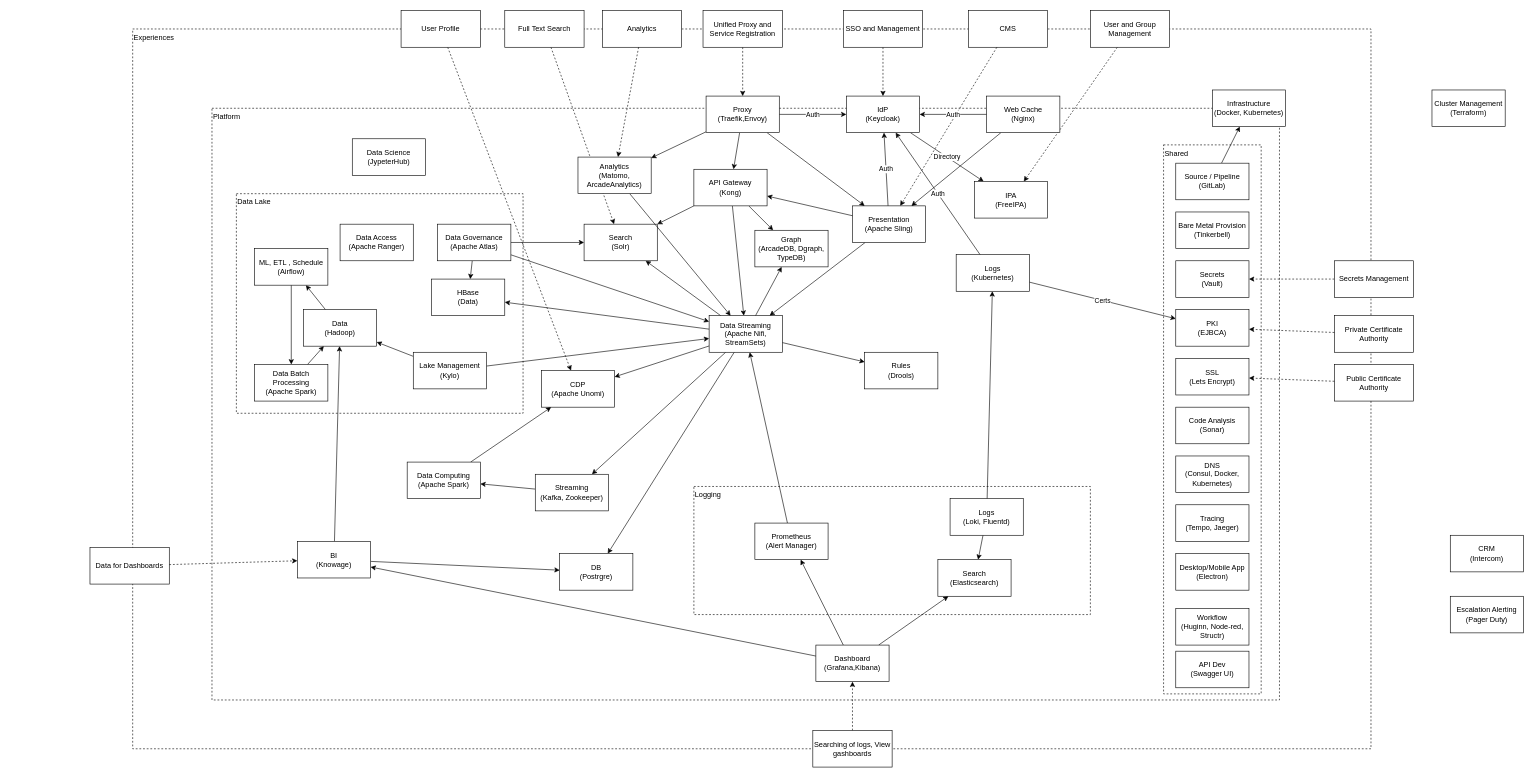
The draw.io diagram page "Services" (1 of 2) of gxp/diagrams/GXP-Architecture.drawio in governance-foundation/governance.foundation, before the edit. Source tidied: cells renumbered, new cells numbered last; positions are measured from the earlier drawing's top-left corner, leaving out a move shared by most shapes. Both pictures are drawn from the tidied source at 61%, with x=0, y=0 at pixel (90, 10).
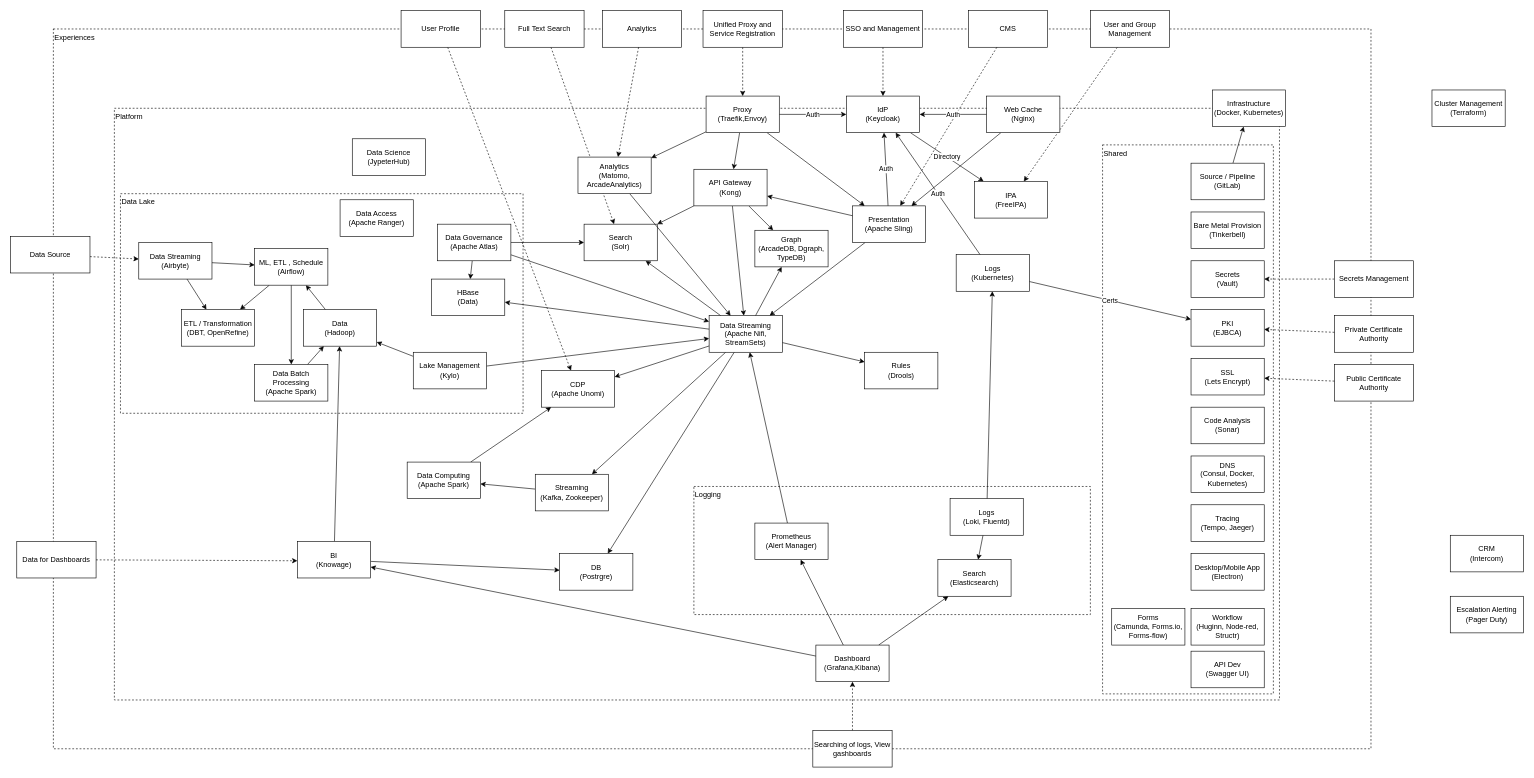
Above is the later version.

The change refers to these unchanged cells:
```xml
<mxCell id="102" value="ML, ETL , Schedule&lt;br&gt;(Airflow)" style="rounded=0;whiteSpace=wrap;html=1;" parent="25" vertex="1">
  <mxGeometry x="270" y="390" width="120" height="60" as="geometry" />
</mxCell>
```

Change to the diagram source:
```diff
@@
     <mxCell id="2" value="Experiences" style="rounded=0;whiteSpace=wrap;html=1;fillColor=none;dashed=1;align=left;verticalAlign=top;" parent="1" vertex="1">
-      <mxGeometry x="70" y="30" width="2030" height="1180" as="geometry" />
+      <mxGeometry x="-60" y="30" width="2160" height="1180" as="geometry" />
     </mxCell>
@@
     <mxCell id="23" value="Data for Dashboards" style="rounded=0;whiteSpace=wrap;html=1;" parent="1" vertex="1">
-      <mxGeometry y="880" width="130" height="60" as="geometry" />
+      <mxGeometry x="-120" y="870" width="130" height="60" as="geometry" />
     </mxCell>
-    <mxCell id="24" style="edgeStyle=none;rounded=0;orthogonalLoop=1;jettySize=auto;html=1;dashed=1;" parent="1" edge="1">
+    <mxCell id="24" style="edgeStyle=none;rounded=0;jettySize=auto;html=1;dashed=1;" parent="1" edge="1" source="23">
       <mxGeometry relative="1" as="geometry">
-        <mxPoint x="130" y="908.1" as="sourcePoint" />
         <mxPoint x="340" y="901.8" as="targetPoint" />
       </mxGeometry>
     </mxCell>
+    <mxCell id="118" style="rounded=0;jettySize=auto;html=1;" parent="1" edge="1" source="102" target="124">
+      <mxGeometry relative="1" as="geometry" />
+    </mxCell>
+    <mxCell id="119" style="edgeStyle=none;rounded=0;jettySize=auto;html=1;dashed=1;" parent="1" edge="1" source="120" target="125">
+      <mxGeometry relative="1" as="geometry" />
+    </mxCell>
+    <mxCell id="120" value="Data Source" style="rounded=0;whiteSpace=wrap;html=1;" parent="1" vertex="1">
+      <mxGeometry x="-130" y="370" width="130" height="60" as="geometry" />
+    </mxCell>
+    <mxCell id="121" style="edgeStyle=none;rounded=0;jettySize=auto;html=1;" parent="1" edge="1" source="125" target="102">
+      <mxGeometry relative="1" as="geometry" />
+    </mxCell>
+    <mxCell id="122" style="edgeStyle=none;rounded=0;jettySize=auto;html=1;" parent="1" edge="1" source="125" target="124">
+      <mxGeometry relative="1" as="geometry" />
+    </mxCell>
@@
     <mxCell id="26" value="Platform" style="rounded=0;whiteSpace=wrap;html=1;fillColor=none;dashed=1;align=left;verticalAlign=top;" parent="25" vertex="1">
-      <mxGeometry x="200" y="160" width="1750" height="970" as="geometry" />
+      <mxGeometry x="40" y="160" width="1910" height="970" as="geometry" />
     </mxCell>
     <mxCell id="27" value="Shared" style="rounded=0;whiteSpace=wrap;html=1;fillColor=none;dashed=1;verticalAlign=top;align=left;" parent="25" vertex="1">
-      <mxGeometry x="1760" y="220" width="160" height="900" as="geometry" />
+      <mxGeometry x="1660" y="220" width="280" height="900" as="geometry" />
     </mxCell>
@@
     <mxCell id="29" value="Data Lake" style="rounded=0;whiteSpace=wrap;html=1;fillColor=none;dashed=1;verticalAlign=top;align=left;" parent="25" vertex="1">
-      <mxGeometry x="240" y="300" width="470" height="360" as="geometry" />
+      <mxGeometry x="50" y="300" width="660" height="360" as="geometry" />
     </mxCell>
@@
     <mxCell id="78" value="&lt;div&gt;PKI&lt;/div&gt;&lt;div&gt;(EJBCA)&lt;/div&gt;" style="rounded=0;whiteSpace=wrap;html=1;" parent="25" vertex="1">
-      <mxGeometry x="1780" y="490" width="120" height="60" as="geometry" />
+      <mxGeometry x="1805" y="490" width="120" height="60" as="geometry" />
     </mxCell>
@@
     <mxCell id="90" value="&lt;div&gt;DNS&lt;/div&gt;&lt;div&gt;(Consul, Docker, Kubernetes)&lt;/div&gt;" style="rounded=0;whiteSpace=wrap;html=1;" parent="25" vertex="1">
-      <mxGeometry x="1780" y="730" width="120" height="60" as="geometry" />
+      <mxGeometry x="1805" y="730" width="120" height="60" as="geometry" />
     </mxCell>
@@
     <mxCell id="92" value="&lt;div&gt;Data Access&lt;/div&gt;&lt;div&gt;(Apache Ranger)&lt;/div&gt;" style="rounded=0;whiteSpace=wrap;html=1;" parent="25" vertex="1">
-      <mxGeometry x="410" y="350" width="120" height="60" as="geometry" />
+      <mxGeometry x="410" y="310" width="120" height="60" as="geometry" />
     </mxCell>
@@
     <mxCell id="94" value="&lt;div&gt;Source / Pipeline&lt;br&gt;&lt;/div&gt;&lt;div&gt;(GitLab)&lt;/div&gt;" style="rounded=0;whiteSpace=wrap;html=1;" parent="25" vertex="1">
-      <mxGeometry x="1780" y="250" width="120" height="60" as="geometry" />
+      <mxGeometry x="1805" y="250" width="120" height="60" as="geometry" />
     </mxCell>
@@
     <mxCell id="96" value="&lt;div&gt;Bare Metal Provision&lt;/div&gt;&lt;div&gt;(Tinkerbell)&lt;/div&gt;" style="rounded=0;whiteSpace=wrap;html=1;" parent="25" vertex="1">
-      <mxGeometry x="1780" y="330" width="120" height="60" as="geometry" />
+      <mxGeometry x="1805" y="330" width="120" height="60" as="geometry" />
     </mxCell>
     <mxCell id="97" value="&lt;div&gt;Secrets&lt;/div&gt;&lt;div&gt;(Vault)&lt;/div&gt;" style="rounded=0;whiteSpace=wrap;html=1;" parent="25" vertex="1">
-      <mxGeometry x="1780" y="410" width="120" height="60" as="geometry" />
+      <mxGeometry x="1805" y="410" width="120" height="60" as="geometry" />
     </mxCell>
     <mxCell id="98" value="&lt;div&gt;Code Analysis&lt;/div&gt;&lt;div&gt;(Sonar)&lt;/div&gt;" style="rounded=0;whiteSpace=wrap;html=1;" parent="25" vertex="1">
-      <mxGeometry x="1780" y="650" width="120" height="60" as="geometry" />
+      <mxGeometry x="1805" y="650" width="120" height="60" as="geometry" />
     </mxCell>
     <mxCell id="99" value="&lt;div&gt;SSL&lt;/div&gt;&lt;div&gt;(Lets Encrypt)&lt;/div&gt;" style="rounded=0;whiteSpace=wrap;html=1;" parent="25" vertex="1">
-      <mxGeometry x="1780" y="570" width="120" height="60" as="geometry" />
+      <mxGeometry x="1805" y="570" width="120" height="60" as="geometry" />
     </mxCell>
@@
     <mxCell id="106" value="&lt;div&gt;Desktop/&lt;span&gt;Mobile App&lt;/span&gt;&lt;/div&gt;&lt;div&gt;(Electron)&lt;/div&gt;" style="rounded=0;whiteSpace=wrap;html=1;" parent="25" vertex="1">
-      <mxGeometry x="1780" y="890" width="120" height="60" as="geometry" />
+      <mxGeometry x="1805" y="890" width="120" height="60" as="geometry" />
     </mxCell>
     <mxCell id="107" value="&lt;div&gt;Tracing&lt;/div&gt;&lt;div&gt;(Tempo, Jaeger)&lt;/div&gt;" style="rounded=0;whiteSpace=wrap;html=1;" parent="25" vertex="1">
-      <mxGeometry x="1780" y="810" width="120" height="60" as="geometry" />
+      <mxGeometry x="1805" y="810" width="120" height="60" as="geometry" />
     </mxCell>
@@
     <mxCell id="113" value="&lt;div&gt;Workflow&lt;/div&gt;&lt;div&gt;(Huginn, Node-red, Structr)&lt;/div&gt;" style="rounded=0;whiteSpace=wrap;html=1;" parent="25" vertex="1">
-      <mxGeometry x="1780" y="980" width="120" height="60" as="geometry" />
+      <mxGeometry x="1805" y="980" width="120" height="60" as="geometry" />
     </mxCell>
     <mxCell id="114" value="&lt;div&gt;API Dev&lt;/div&gt;&lt;div&gt;(Swagger UI)&lt;/div&gt;" style="rounded=0;whiteSpace=wrap;html=1;" parent="25" vertex="1">
-      <mxGeometry x="1780" y="1050" width="120" height="60" as="geometry" />
+      <mxGeometry x="1805" y="1050" width="120" height="60" as="geometry" />
     </mxCell>
@@
+    <mxCell id="123" value="&lt;div&gt;Forms&lt;/div&gt;&lt;div&gt;(Camunda, Forms.io, Forms-flow)&lt;/div&gt;" style="rounded=0;whiteSpace=wrap;html=1;" parent="25" vertex="1">
+      <mxGeometry x="1675" y="980" width="120" height="60" as="geometry" />
+    </mxCell>
+    <mxCell id="124" value="ETL / Transformation&lt;br&gt;(DBT, OpenRefine)" style="rounded=0;whiteSpace=wrap;html=1;" parent="25" vertex="1">
+      <mxGeometry x="150" y="490" width="120" height="60" as="geometry" />
+    </mxCell>
+    <mxCell id="125" value="Data Streaming&lt;br&gt;(Airbyte)" style="rounded=0;whiteSpace=wrap;html=1;" parent="25" vertex="1">
+      <mxGeometry x="80" y="380" width="120" height="60" as="geometry" />
+    </mxCell>
```
